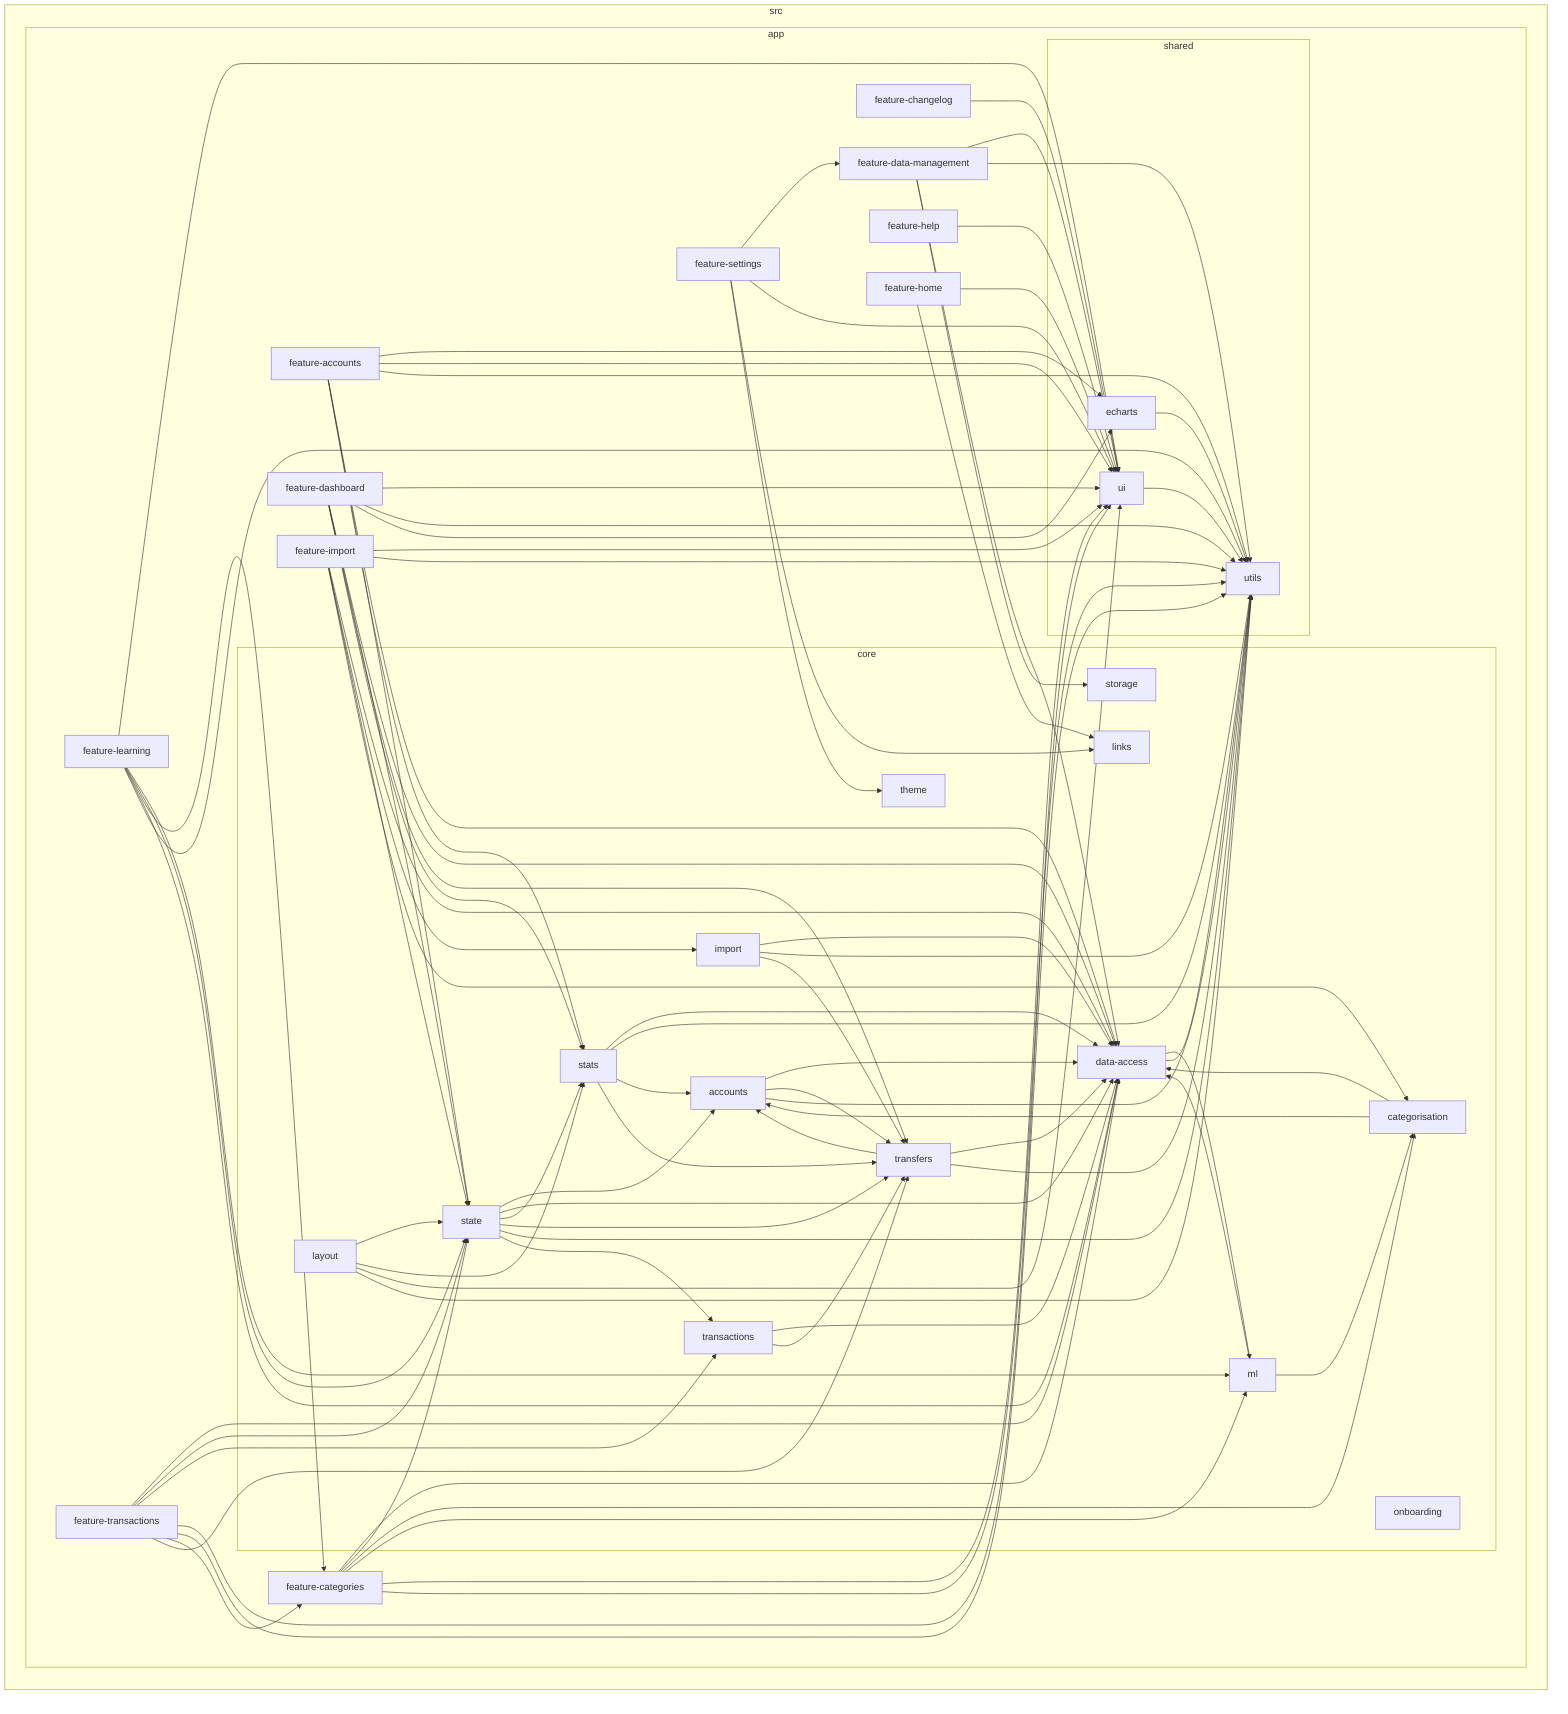
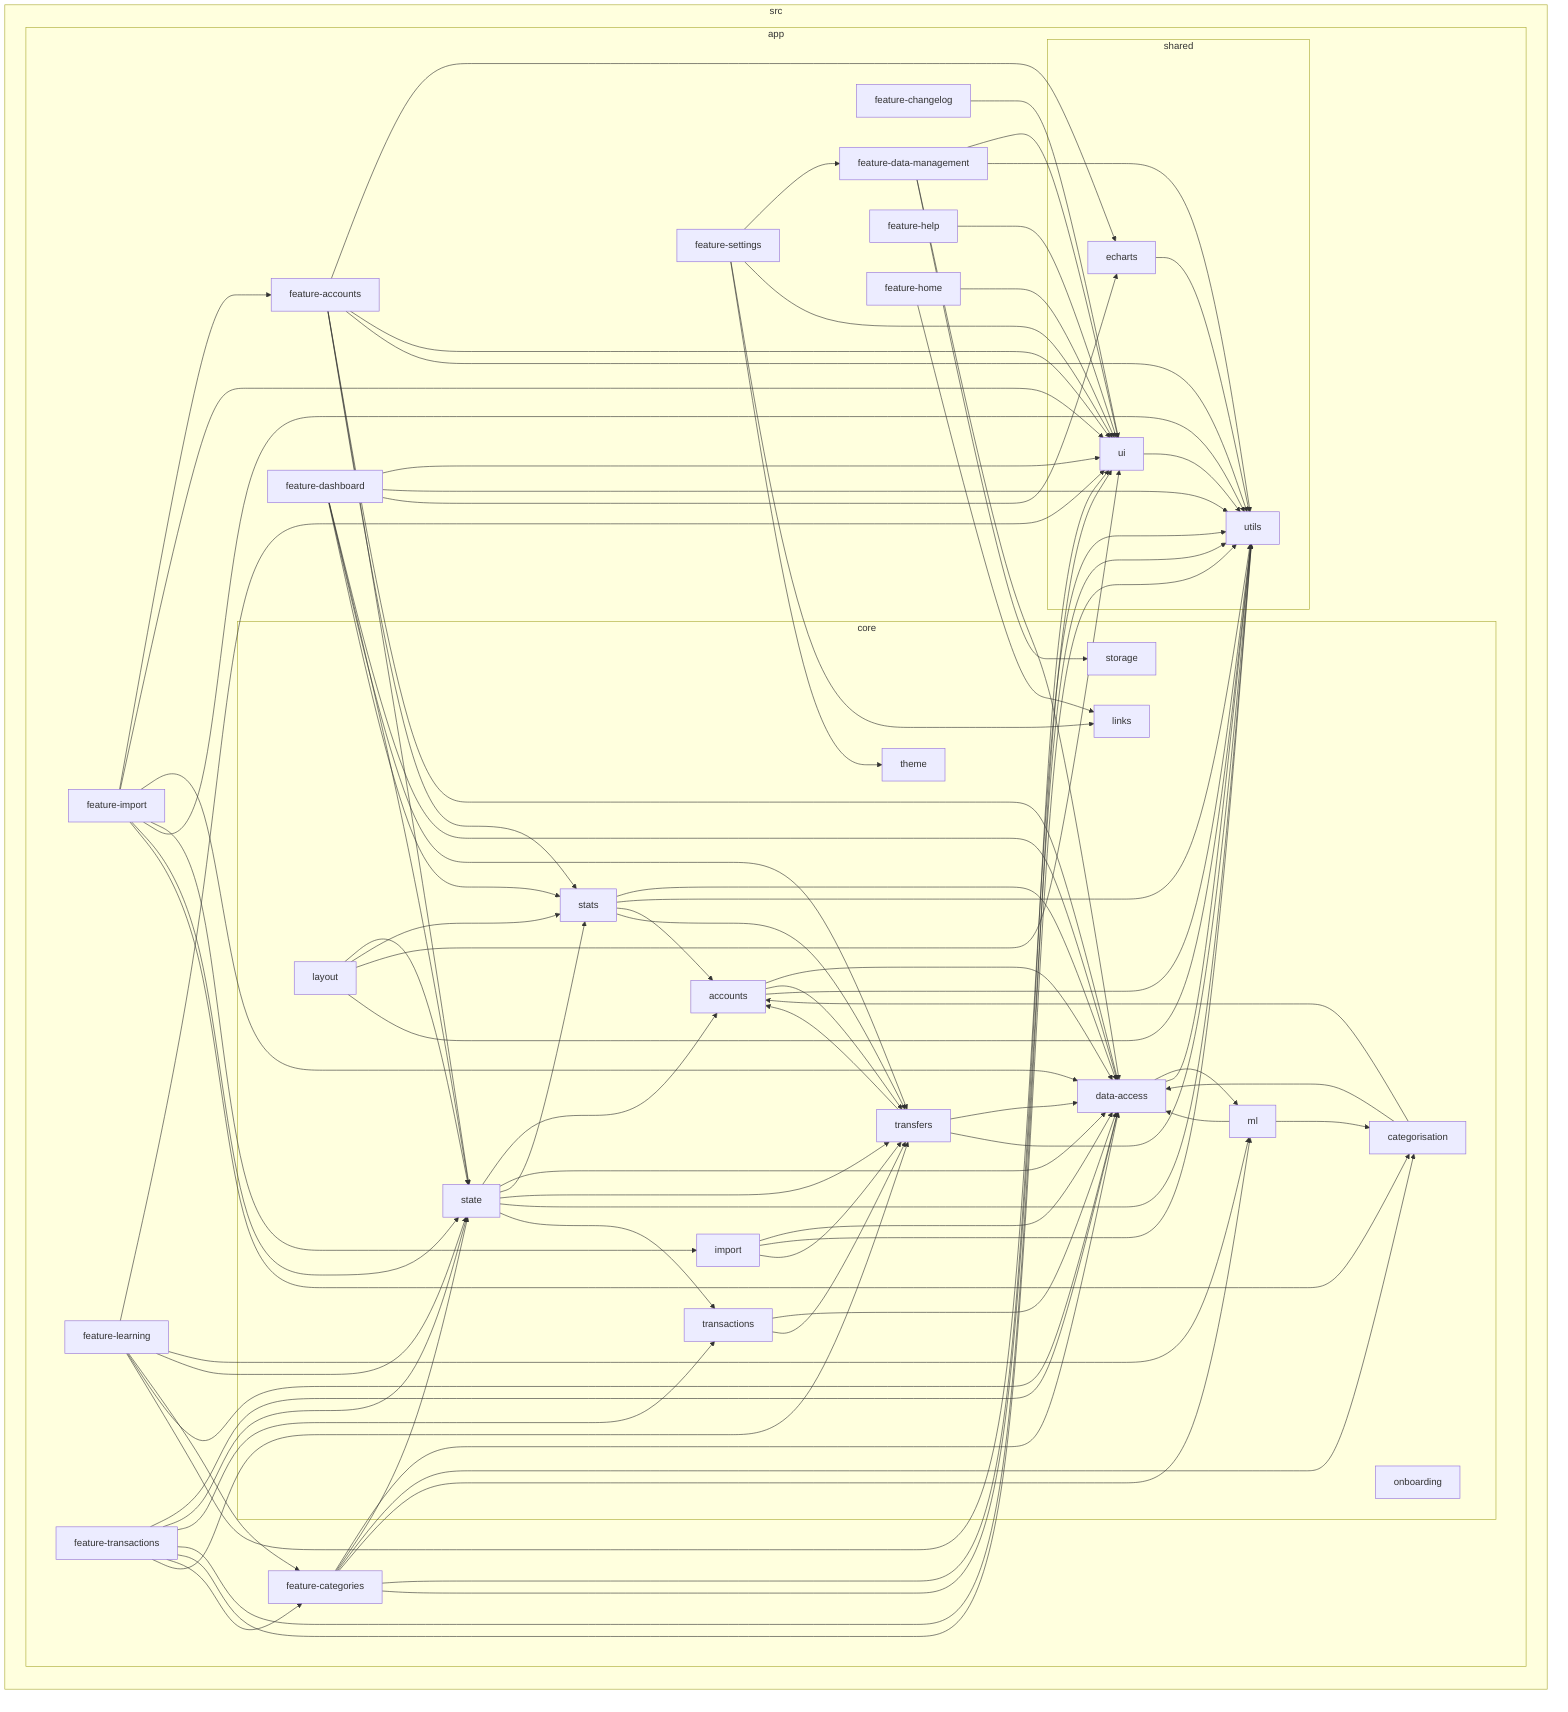
flowchart LR

subgraph 0["src"]
subgraph 1["app"]
subgraph 2["core"]
3["accounts"]
4["categorisation"]
5["data-access"]
6["import"]
7["layout"]
8["links"]
9["ml"]
A["onboarding"]
B["state"]
C["stats"]
D["storage"]
E["theme"]
F["transactions"]
G["transfers"]
end
H["feature-accounts"]
I["feature-categories"]
J["feature-changelog"]
K["feature-dashboard"]
L["feature-data-management"]
M["feature-help"]
N["feature-home"]
O["feature-import"]
P["feature-learning"]
Q["feature-settings"]
R["feature-transactions"]
subgraph S["shared"]
T["echarts"]
U["ui"]
V["utils"]
end
end
end
3-->5
3-->G
3-->V
4-->5
4-->3
5-->9
5-->V
6-->5
6-->V
6-->G
7-->B
7-->C
7-->U
7-->V
9-->4
9-->5
B-->3
B-->5
B-->C
B-->G
B-->V
B-->F
C-->5
C-->V
C-->3
C-->G
F-->5
F-->G
G-->5
G-->3
G-->V
H-->5
H-->T
H-->B
H-->U
H-->V
H-->C
I-->5
I-->B
I-->U
I-->V
I-->4
I-->9
J-->U
K-->5
K-->B
K-->U
K-->V
K-->G
K-->C
K-->T
L-->5
L-->D
L-->U
L-->V
M-->U
N-->8
N-->U
+ O-->H
O-->U
O-->5
O-->6
O-->V
O-->B
O-->4
P-->U
P-->9
P-->B
P-->I
P-->5
P-->V
Q-->8
Q-->E
Q-->L
Q-->U
R-->5
R-->B
R-->F
R-->U
R-->V
R-->I
R-->G
T-->V
U-->V
